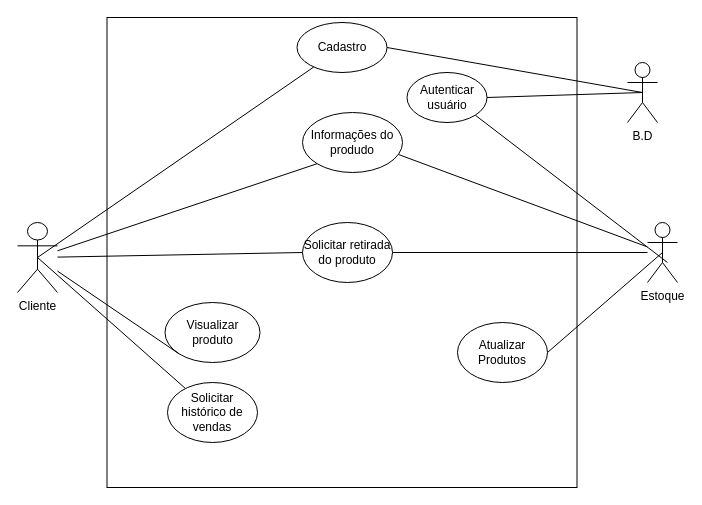
Earlier version of the draw.io diagram projeto.drawio (Brunoborgescarvalho/Projeto-Sonho). Source tidied: cells renumbered, new cells numbered last; positions are measured from the earlier drawing's top-left corner, leaving out a move shared by most shapes. Both pictures are drawn from the tidied source at 100%, with x=0, y=0 at pixel (17, 17).
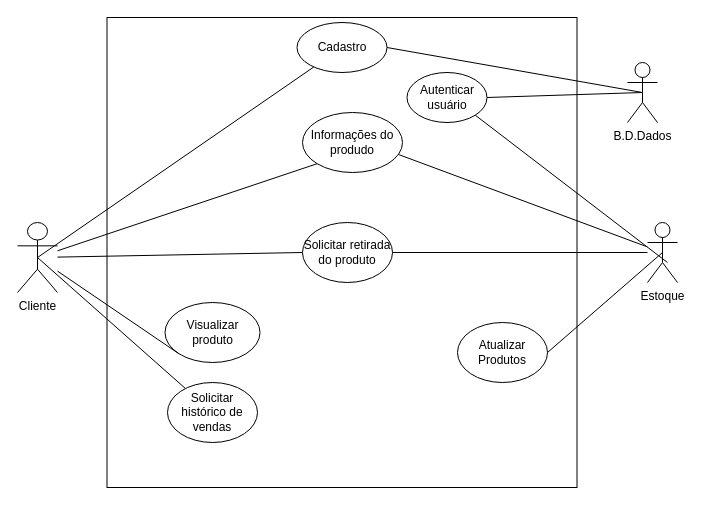
The same page after the edit.

Diff of the diagram source:
```diff
@@
-    <mxCell id="19" value="B.D" style="shape=umlActor;verticalLabelPosition=bottom;verticalAlign=top;html=1;outlineConnect=0;" parent="1" vertex="1">
+    <mxCell id="19" value="B.D.Dados" style="shape=umlActor;verticalLabelPosition=bottom;verticalAlign=top;html=1;outlineConnect=0;" parent="1" vertex="1">
       <mxGeometry x="610" y="45" width="30" height="60" as="geometry" />
     </mxCell>
```
